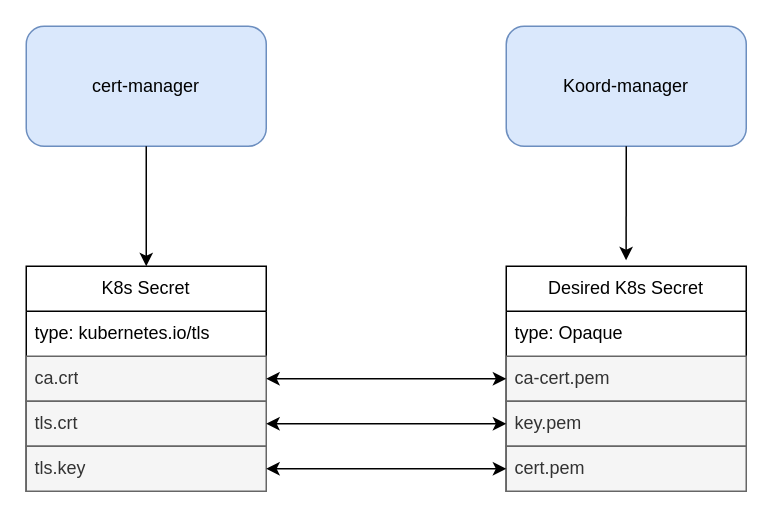
YanshanSong/draw.io keeps this draw.io diagram as koordinator.drawio. Above is the earlier version. Source tidied: cells renumbered, new cells numbered last; positions are measured from the earlier drawing's top-left corner, leaving out a move shared by most shapes. Both pictures are drawn from the tidied source at 150%, with x=0, y=0 at pixel (26, 26).
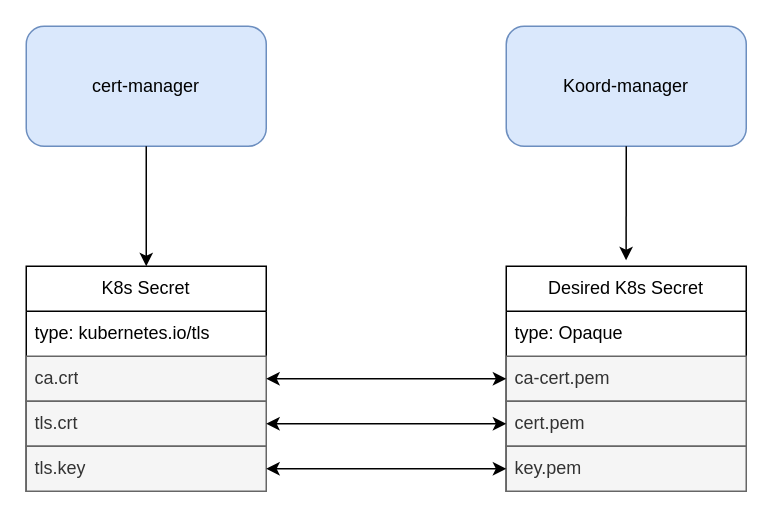
Above is the later version.

The change refers to these unchanged cells:
```xml
<mxCell id="11" value="Desired K8s Secret" style="swimlane;fontStyle=0;horizontal=1;startSize=30;whiteSpace=wrap;html=1;" parent="1" vertex="1">
  <mxGeometry x="320" y="160" width="160" height="150" as="geometry" />
</mxCell>
```

Change to the diagram source:
```diff
@@
-    <mxCell id="14" value="key.pem" style="text;strokeColor=#666666;fillColor=#f5f5f5;align=left;verticalAlign=middle;spacingLeft=4;spacingRight=4;overflow=hidden;points=[[0,0.5],[1,0.5]];portConstraint=eastwest;whiteSpace=wrap;html=1;fontColor=#333333;" parent="11" vertex="1">
+    <mxCell id="14" value="cert.pem" style="text;strokeColor=#666666;fillColor=#f5f5f5;align=left;verticalAlign=middle;spacingLeft=4;spacingRight=4;overflow=hidden;points=[[0,0.5],[1,0.5]];portConstraint=eastwest;whiteSpace=wrap;html=1;fontColor=#333333;" parent="11" vertex="1">
       <mxGeometry y="90" width="160" height="30" as="geometry" />
     </mxCell>
-    <mxCell id="15" value="cert.pem" style="text;strokeColor=#666666;fillColor=#f5f5f5;align=left;verticalAlign=middle;spacingLeft=4;spacingRight=4;overflow=hidden;points=[[0,0.5],[1,0.5]];portConstraint=eastwest;whiteSpace=wrap;html=1;fontColor=#333333;" parent="11" vertex="1">
+    <mxCell id="15" value="key.pem" style="text;strokeColor=#666666;fillColor=#f5f5f5;align=left;verticalAlign=middle;spacingLeft=4;spacingRight=4;overflow=hidden;points=[[0,0.5],[1,0.5]];portConstraint=eastwest;whiteSpace=wrap;html=1;fontColor=#333333;" parent="11" vertex="1">
       <mxGeometry y="120" width="160" height="30" as="geometry" />
     </mxCell>
```
